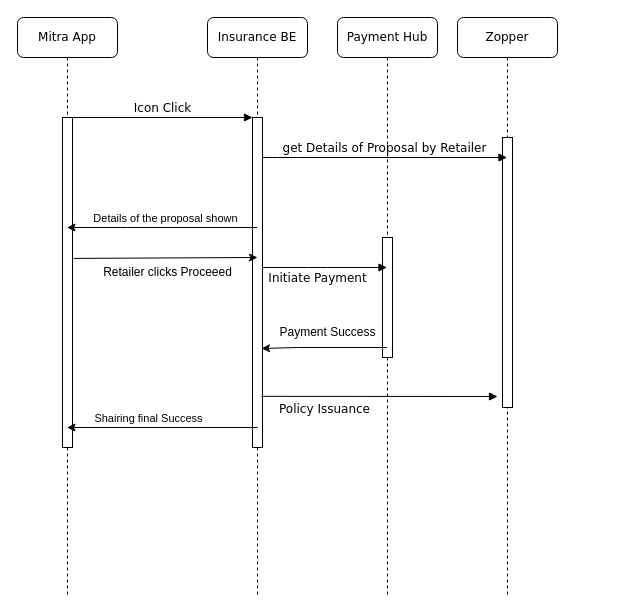
Above: Interview/Untitled Diagram.drawio in ashwiniadlakha/draw_io (draw.io), before the change. Source tidied: cells renumbered, new cells numbered last; positions are measured from the earlier drawing's top-left corner, leaving out a move shared by most shapes. Both pictures are drawn from the tidied source at 100%, with x=0, y=0 at pixel (17, 17).
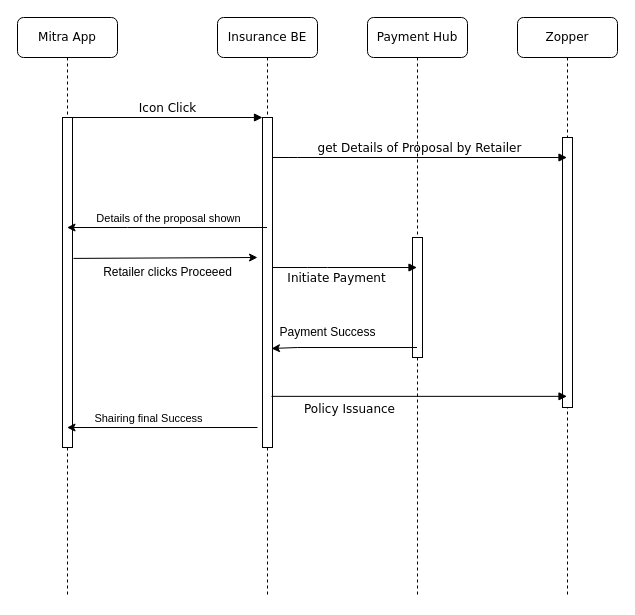
The same page after the edit.

The change refers to these unchanged cells:
```xml
<mxCell id="3" style="html=1;points=[];perimeter=orthogonalPerimeter;rounded=0;shadow=0;comic=0;labelBackgroundColor=none;strokeWidth=1;fontFamily=Verdana;fontSize=12;align=center;" parent="2" vertex="1">
  <mxGeometry x="45" y="100" width="10" height="330" as="geometry" />
</mxCell>
```

What changed in the source:
```diff
@@
     <mxCell id="2" value="Insurance BE" style="shape=umlLifeline;perimeter=lifelinePerimeter;whiteSpace=wrap;html=1;outlineConnect=0;rounded=1;shadow=0;comic=0;labelBackgroundColor=none;strokeWidth=1;fontFamily=Verdana;fontSize=12;align=center;" parent="1" vertex="1">
-      <mxGeometry x="190" width="100" height="580" as="geometry" />
+      <mxGeometry x="200" width="100" height="580" as="geometry" />
     </mxCell>
@@
     <mxCell id="4" value="Payment Hub" style="shape=umlLifeline;perimeter=lifelinePerimeter;whiteSpace=wrap;html=1;outlineConnect=0;rounded=1;shadow=0;comic=0;labelBackgroundColor=none;strokeWidth=1;fontFamily=Verdana;fontSize=12;align=center;" parent="1" vertex="1">
-      <mxGeometry x="320" width="100" height="580" as="geometry" />
+      <mxGeometry x="350" width="100" height="580" as="geometry" />
     </mxCell>
@@
     <mxCell id="6" value="Zopper" style="shape=umlLifeline;perimeter=lifelinePerimeter;whiteSpace=wrap;html=1;outlineConnect=0;rounded=1;shadow=0;comic=0;labelBackgroundColor=none;strokeWidth=1;fontFamily=Verdana;fontSize=12;align=center;" parent="1" vertex="1">
-      <mxGeometry x="440" width="100" height="580" as="geometry" />
+      <mxGeometry x="500" width="100" height="580" as="geometry" />
     </mxCell>
@@
-    <mxCell id="11" value="Policy Issuance" style="html=1;verticalAlign=bottom;endArrow=block;labelBackgroundColor=none;fontFamily=Verdana;fontSize=12;exitX=0.9;exitY=0.845;exitDx=0;exitDy=0;exitPerimeter=0;" parent="1" edge="1" source="3">
-      <mxGeometry x="-0.47" y="-22" relative="1" as="geometry">
-        <mxPoint x="480" y="379" as="targetPoint" />
-      </mxGeometry>
+    <mxCell id="11" value="Policy Issuance" style="html=1;verticalAlign=bottom;endArrow=block;labelBackgroundColor=none;fontFamily=Verdana;fontSize=12;exitX=0.9;exitY=0.845;exitDx=0;exitDy=0;exitPerimeter=0;" parent="1" edge="1" source="3" target="6">
+      <mxGeometry x="-0.47" y="-22" relative="1" as="geometry" />
     </mxCell>
```
